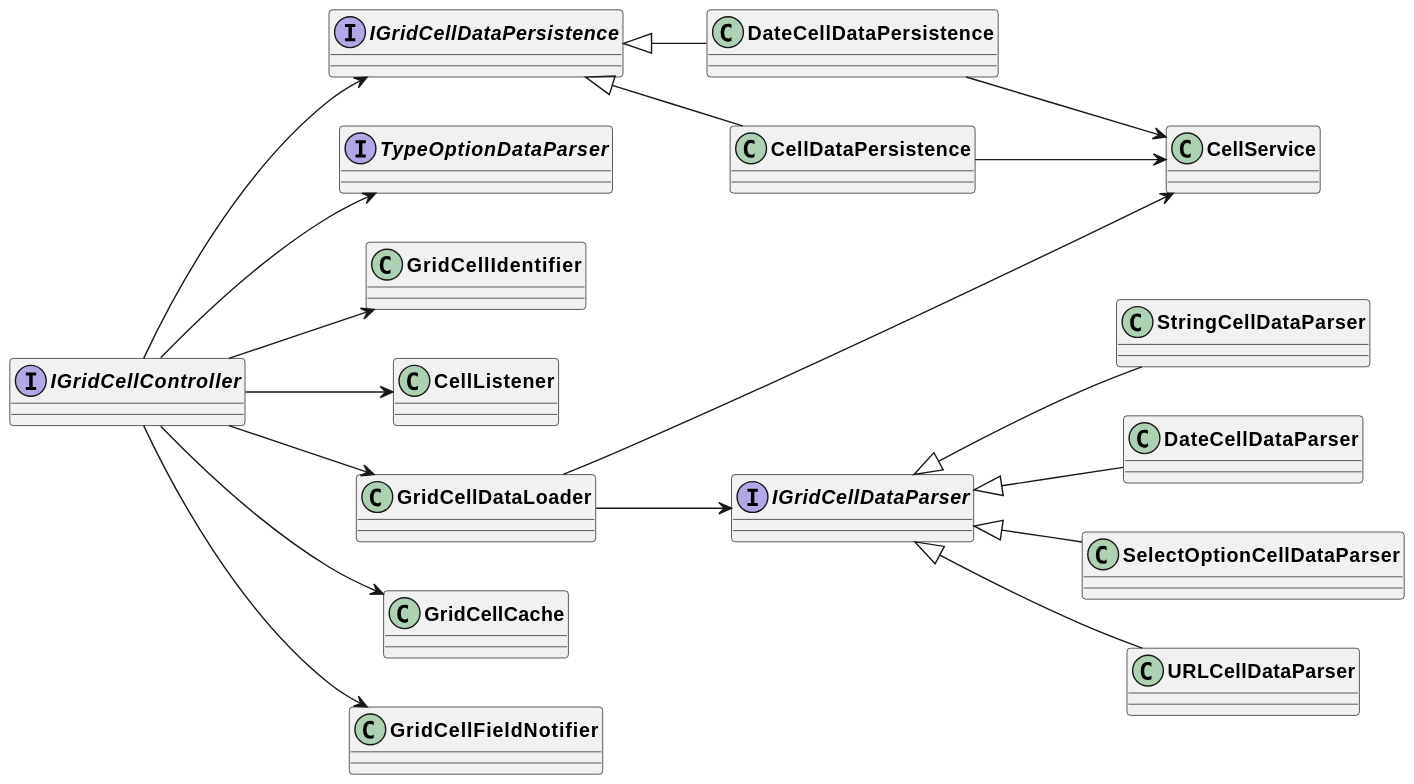
This is uml/output/Grid_Cell_Controller.svg from AppFlowy-IO/AppFlowy-Docs, a PlantUML export, as it was before one commit.
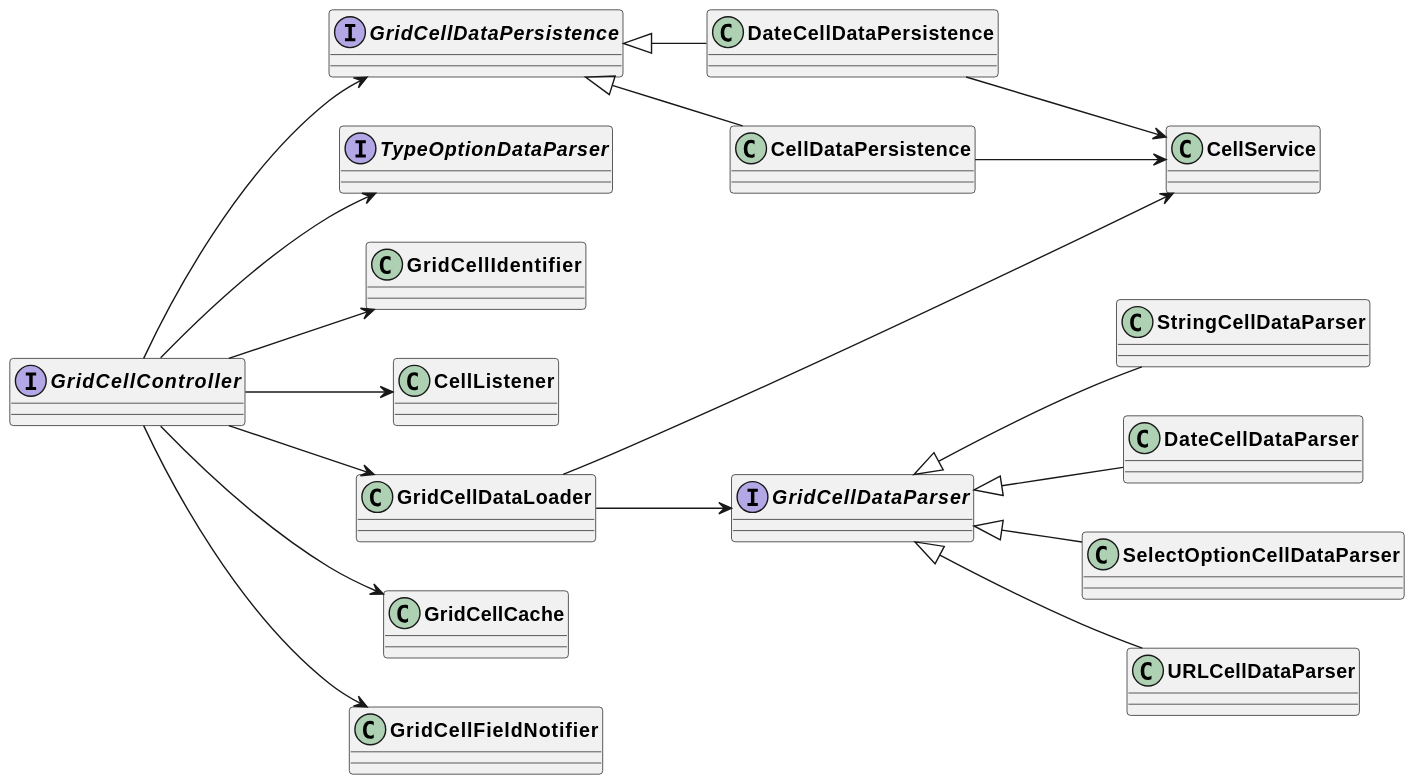
The same file after the commit.

Change to the diagram source:
```diff
@@ -4,34 +4,34 @@
 skinparam ActivityBorderColor DimGray
 left to right direction
 
-interface IGridCellDataPersistence
-interface IGridCellController
-interface IGridCellDataParser
+interface GridCellDataPersistence
+interface GridCellController
+interface GridCellDataParser
 interface TypeOptionDataParser
 
-IGridCellController --> GridCellIdentifier
-IGridCellController --> CellListener
-IGridCellController --> TypeOptionDataParser
+GridCellController --> GridCellIdentifier
+GridCellController --> CellListener
+GridCellController --> TypeOptionDataParser
 
-IGridCellController --> GridCellDataLoader
-GridCellDataLoader --> IGridCellDataParser
+GridCellController --> GridCellDataLoader
+GridCellDataLoader --> GridCellDataParser
 GridCellDataLoader --> CellService
 
-StringCellDataParser -u-|> IGridCellDataParser
-DateCellDataParser -u-|> IGridCellDataParser
-SelectOptionCellDataParser -u-|> IGridCellDataParser
-URLCellDataParser -u-|> IGridCellDataParser
+StringCellDataParser -u-|> GridCellDataParser
+DateCellDataParser -u-|> GridCellDataParser
+SelectOptionCellDataParser -u-|> GridCellDataParser
+URLCellDataParser -u-|> GridCellDataParser
 
-IGridCellController --> GridCellCache
+GridCellController --> GridCellCache
 
 
-IGridCellController --> IGridCellDataPersistence
-DateCellDataPersistence -u-|> IGridCellDataPersistence
-CellDataPersistence -u-|> IGridCellDataPersistence
+GridCellController --> GridCellDataPersistence
+DateCellDataPersistence -u-|> GridCellDataPersistence
+CellDataPersistence -u-|> GridCellDataPersistence
 
 DateCellDataPersistence --> CellService
 CellDataPersistence --> CellService
 
-IGridCellController --> GridCellFieldNotifier
+GridCellController --> GridCellFieldNotifier
 
 @enduml
```
